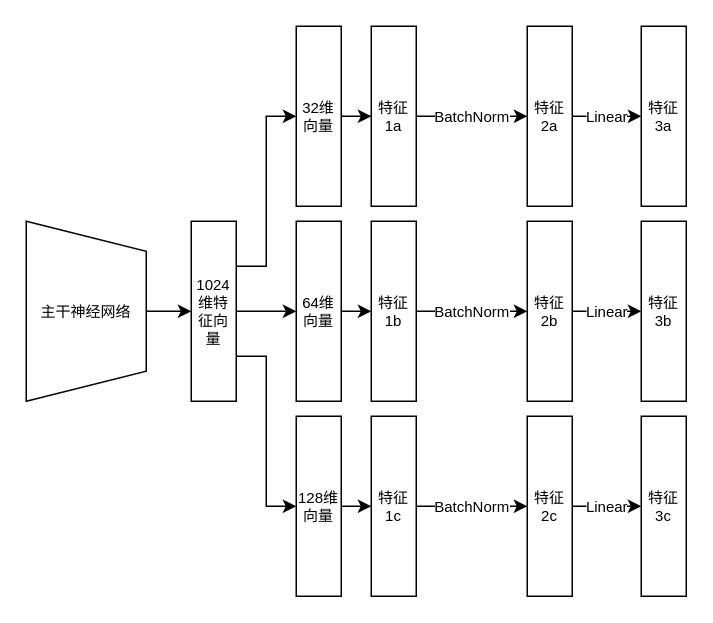
Earlier version of the draw.io diagram train.drawio (foreignbill/drawio). Source tidied: cells renumbered, new cells numbered last; positions are measured from the earlier drawing's top-left corner, leaving out a move shared by most shapes. Both pictures are drawn from the tidied source at 150%, with x=0, y=0 at pixel (-4, 26).
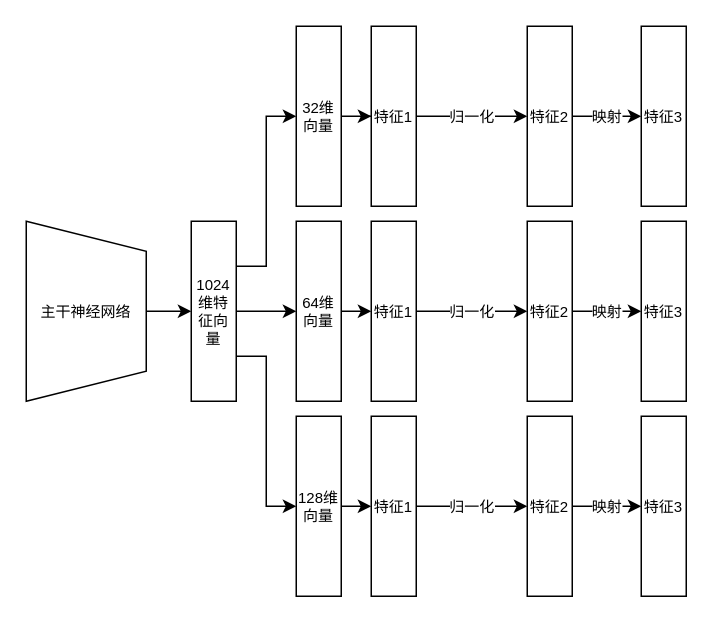
Above is the later version.

The edit, as a diff of the source:
```diff
@@
-    <mxCell id="14" value="BatchNorm" style="edgeStyle=orthogonalEdgeStyle;rounded=0;jettySize=auto;html=1;exitX=0.5;exitY=0;exitDx=0;exitDy=0;entryX=0.5;entryY=1;entryDx=0;entryDy=0;fontSize=10;" parent="1" edge="1" source="15" target="17">
+    <mxCell id="14" value="归一化" style="edgeStyle=orthogonalEdgeStyle;rounded=0;jettySize=auto;html=1;exitX=0.5;exitY=0;exitDx=0;exitDy=0;entryX=0.5;entryY=1;entryDx=0;entryDy=0;fontSize=10;" parent="1" edge="1" source="15" target="17">
       <mxGeometry relative="1" as="geometry" />
     </mxCell>
-    <mxCell id="15" value="特征1a" style="rounded=0;whiteSpace=wrap;html=1;direction=south;fontSize=10;" parent="1" vertex="1">
+    <mxCell id="15" value="特征1" style="rounded=0;whiteSpace=wrap;html=1;direction=south;fontSize=10;" parent="1" vertex="1">
       <mxGeometry x="250" width="30" height="120" as="geometry" />
     </mxCell>
-    <mxCell id="16" value="Linear" style="edgeStyle=orthogonalEdgeStyle;rounded=0;jettySize=auto;html=1;exitX=0.5;exitY=0;exitDx=0;exitDy=0;entryX=0.5;entryY=1;entryDx=0;entryDy=0;fontSize=10;" parent="1" edge="1" source="17" target="18">
+    <mxCell id="16" value="映射" style="edgeStyle=orthogonalEdgeStyle;rounded=0;jettySize=auto;html=1;exitX=0.5;exitY=0;exitDx=0;exitDy=0;entryX=0.5;entryY=1;entryDx=0;entryDy=0;fontSize=10;" parent="1" edge="1" source="17" target="18">
       <mxGeometry relative="1" as="geometry" />
     </mxCell>
-    <mxCell id="17" value="特征2a" style="rounded=0;whiteSpace=wrap;html=1;direction=south;fontSize=10;" parent="1" vertex="1">
+    <mxCell id="17" value="特征2" style="rounded=0;whiteSpace=wrap;html=1;direction=south;fontSize=10;" parent="1" vertex="1">
       <mxGeometry x="354" width="30" height="120" as="geometry" />
     </mxCell>
-    <mxCell id="18" value="特征3a" style="rounded=0;whiteSpace=wrap;html=1;direction=south;fontSize=10;" parent="1" vertex="1">
+    <mxCell id="18" value="特征3" style="rounded=0;whiteSpace=wrap;html=1;direction=south;fontSize=10;" parent="1" vertex="1">
       <mxGeometry x="430" width="30" height="120" as="geometry" />
     </mxCell>
-    <mxCell id="19" value="BatchNorm" style="edgeStyle=orthogonalEdgeStyle;rounded=0;jettySize=auto;html=1;exitX=0.5;exitY=0;exitDx=0;exitDy=0;entryX=0.5;entryY=1;entryDx=0;entryDy=0;fontSize=10;" parent="1" edge="1" source="20" target="22">
+    <mxCell id="19" value="归一化" style="edgeStyle=orthogonalEdgeStyle;rounded=0;jettySize=auto;html=1;exitX=0.5;exitY=0;exitDx=0;exitDy=0;entryX=0.5;entryY=1;entryDx=0;entryDy=0;fontSize=10;" parent="1" edge="1" source="20" target="22">
       <mxGeometry relative="1" as="geometry" />
     </mxCell>
-    <mxCell id="20" value="特征1b" style="rounded=0;whiteSpace=wrap;html=1;direction=south;fontSize=10;" parent="1" vertex="1">
+    <mxCell id="20" value="特征1" style="rounded=0;whiteSpace=wrap;html=1;direction=south;fontSize=10;" parent="1" vertex="1">
       <mxGeometry x="250" y="130" width="30" height="120" as="geometry" />
     </mxCell>
-    <mxCell id="21" value="Linear" style="edgeStyle=orthogonalEdgeStyle;rounded=0;jettySize=auto;html=1;exitX=0.5;exitY=0;exitDx=0;exitDy=0;entryX=0.5;entryY=1;entryDx=0;entryDy=0;fontSize=10;" parent="1" edge="1" source="22" target="23">
+    <mxCell id="21" value="映射" style="edgeStyle=orthogonalEdgeStyle;rounded=0;jettySize=auto;html=1;exitX=0.5;exitY=0;exitDx=0;exitDy=0;entryX=0.5;entryY=1;entryDx=0;entryDy=0;fontSize=10;" parent="1" edge="1" source="22" target="23">
       <mxGeometry relative="1" as="geometry" />
     </mxCell>
-    <mxCell id="22" value="特征2b" style="rounded=0;whiteSpace=wrap;html=1;direction=south;fontSize=10;" parent="1" vertex="1">
+    <mxCell id="22" value="特征2" style="rounded=0;whiteSpace=wrap;html=1;direction=south;fontSize=10;" parent="1" vertex="1">
       <mxGeometry x="354" y="130" width="30" height="120" as="geometry" />
     </mxCell>
-    <mxCell id="23" value="特征3b" style="rounded=0;whiteSpace=wrap;html=1;direction=south;fontSize=10;" parent="1" vertex="1">
+    <mxCell id="23" value="特征3" style="rounded=0;whiteSpace=wrap;html=1;direction=south;fontSize=10;" parent="1" vertex="1">
       <mxGeometry x="430" y="130" width="30" height="120" as="geometry" />
     </mxCell>
-    <mxCell id="24" value="BatchNorm" style="edgeStyle=orthogonalEdgeStyle;rounded=0;jettySize=auto;html=1;exitX=0.5;exitY=0;exitDx=0;exitDy=0;entryX=0.5;entryY=1;entryDx=0;entryDy=0;fontSize=10;" parent="1" edge="1" source="25" target="27">
+    <mxCell id="24" value="归一化" style="edgeStyle=orthogonalEdgeStyle;rounded=0;jettySize=auto;html=1;exitX=0.5;exitY=0;exitDx=0;exitDy=0;entryX=0.5;entryY=1;entryDx=0;entryDy=0;fontSize=10;" parent="1" edge="1" source="25" target="27">
       <mxGeometry relative="1" as="geometry" />
     </mxCell>
-    <mxCell id="25" value="特征1c" style="rounded=0;whiteSpace=wrap;html=1;direction=south;fontSize=10;" parent="1" vertex="1">
+    <mxCell id="25" value="特征1" style="rounded=0;whiteSpace=wrap;html=1;direction=south;fontSize=10;" parent="1" vertex="1">
       <mxGeometry x="250" y="260" width="30" height="120" as="geometry" />
     </mxCell>
-    <mxCell id="26" value="Linear" style="edgeStyle=orthogonalEdgeStyle;rounded=0;jettySize=auto;html=1;exitX=0.5;exitY=0;exitDx=0;exitDy=0;entryX=0.5;entryY=1;entryDx=0;entryDy=0;fontSize=10;" parent="1" edge="1" source="27" target="28">
+    <mxCell id="26" value="映射" style="edgeStyle=orthogonalEdgeStyle;rounded=0;jettySize=auto;html=1;exitX=0.5;exitY=0;exitDx=0;exitDy=0;entryX=0.5;entryY=1;entryDx=0;entryDy=0;fontSize=10;" parent="1" edge="1" source="27" target="28">
       <mxGeometry relative="1" as="geometry" />
     </mxCell>
-    <mxCell id="27" value="特征2c" style="rounded=0;whiteSpace=wrap;html=1;direction=south;fontSize=10;" parent="1" vertex="1">
+    <mxCell id="27" value="特征2" style="rounded=0;whiteSpace=wrap;html=1;direction=south;fontSize=10;" parent="1" vertex="1">
       <mxGeometry x="354" y="260" width="30" height="120" as="geometry" />
     </mxCell>
-    <mxCell id="28" value="特征3c" style="rounded=0;whiteSpace=wrap;html=1;direction=south;fontSize=10;" parent="1" vertex="1">
+    <mxCell id="28" value="特征3" style="rounded=0;whiteSpace=wrap;html=1;direction=south;fontSize=10;" parent="1" vertex="1">
       <mxGeometry x="430" y="260" width="30" height="120" as="geometry" />
     </mxCell>
```
